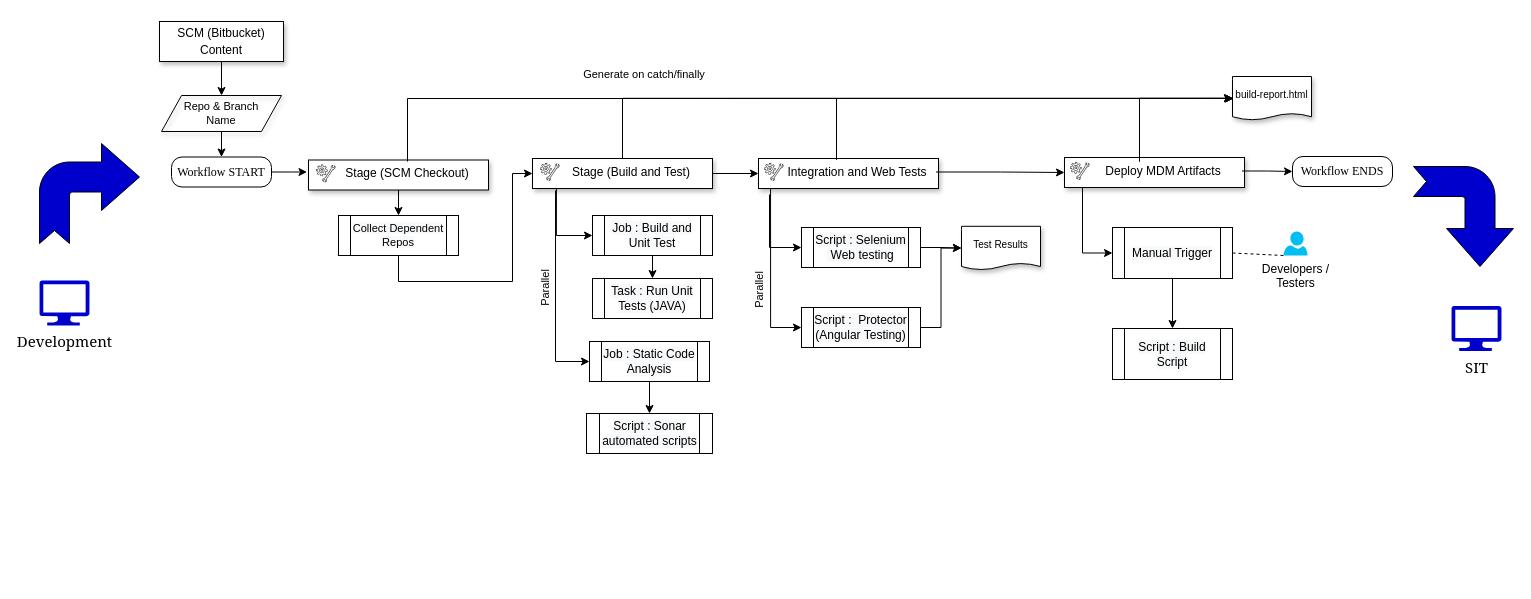
The draw.io diagram page "Jenkins pipeline(HTML)" (3 of 4) of EMA-RFP.drawio in biswarup81/drawings, before the edit. Source tidied: cells renumbered, new cells numbered last; positions are measured from the earlier drawing's top-left corner, leaving out a move shared by most shapes. Both pictures are drawn from the tidied source at 100%, with x=0, y=0 at pixel (39, 21).
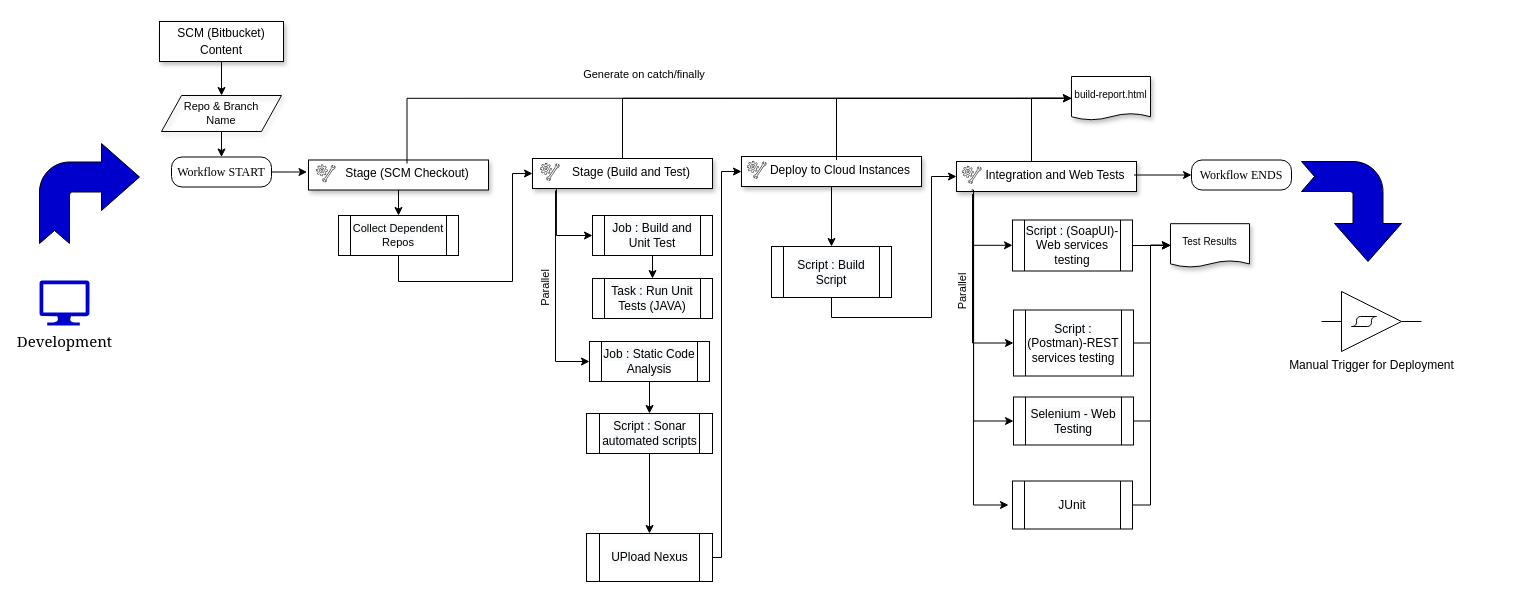
The same diagram, later.

Unchanged cells that the change refers to:
```xml
<mxCell id="9" value="&lt;font style=&quot;font-size: 12px&quot;&gt;Stage (SCM Checkout)&lt;/font&gt;" style="text;html=1;strokeColor=none;fillColor=none;align=center;verticalAlign=middle;whiteSpace=wrap;rounded=0;fontSize=10;" parent="8" vertex="1">
  <mxGeometry x="22" y="-1" width="138" height="20" as="geometry" />
</mxCell>
<mxCell id="14" value="&lt;p class=&quot;MsoNormal&quot; style=&quot;margin: 0cm ; line-height: 12.3pt ; font-size: 9pt ; font-family: &amp;#34;arial&amp;#34; , sans-serif&quot;&gt;&lt;br&gt;&lt;/p&gt;" style="rounded=0;whiteSpace=wrap;html=1;align=left;shadow=1;" parent="13" vertex="1">
  <mxGeometry width="180" height="30" as="geometry" />
</mxCell>
<mxCell id="28" value="&lt;span style=&quot;font-family: &amp;#34;arial&amp;#34; , sans-serif ; font-size: 12px ; background-color: rgb(248 , 249 , 250)&quot;&gt;Script : Sonar automated scripts&lt;/span&gt;" style="shape=process;whiteSpace=wrap;html=1;backgroundOutline=1;shadow=0;labelBackgroundColor=#ffffff;sketch=0;fontFamily=Garamond;fontSize=10;fillColor=none;align=center;" parent="1" vertex="1">
  <mxGeometry x="547" y="392" width="126" height="40" as="geometry" />
</mxCell>
<mxCell id="30" value="&lt;p class=&quot;MsoNormal&quot; style=&quot;margin: 0cm ; line-height: 12.3pt ; font-size: 9pt ; font-family: &amp;#34;arial&amp;#34; , sans-serif&quot;&gt;&lt;br&gt;&lt;/p&gt;" style="rounded=0;whiteSpace=wrap;html=1;align=left;shadow=1;" parent="29" vertex="1">
  <mxGeometry width="180" height="30" as="geometry" />
</mxCell>
<mxCell id="34" value="&lt;span style=&quot;font-family: &amp;#34;arial&amp;#34; , sans-serif ; font-size: 12px&quot;&gt;Integration and Web Tests&lt;/span&gt;" style="text;html=1;strokeColor=none;fillColor=none;align=center;verticalAlign=middle;whiteSpace=wrap;rounded=0;fontSize=10;" parent="33" vertex="1">
  <mxGeometry x="14" y="-1" width="158" height="20" as="geometry" />
</mxCell>
<mxCell id="45" value="&lt;p class=&quot;MsoNormal&quot; style=&quot;margin: 0cm ; line-height: 12.3pt ; font-size: 9pt ; font-family: &amp;#34;arial&amp;#34; , sans-serif&quot;&gt;&lt;br&gt;&lt;/p&gt;" style="rounded=0;whiteSpace=wrap;html=1;align=left;shadow=1;" parent="44" vertex="1">
  <mxGeometry width="180" height="30" as="geometry" />
</mxCell>
<mxCell id="48" style="group;" parent="46" vertex="1">
  <mxGeometry y="2" width="180" height="21" as="geometry" />
</mxCell>
```

The edit, as a diff of the source:
```diff
@@
+    <mxCell id="76" style="edgeStyle=orthogonalEdgeStyle;rounded=0;jettySize=auto;html=1;" parent="1" edge="1" source="28" target="79">
+      <mxGeometry relative="1" as="geometry" />
+    </mxCell>
@@
     <mxCell id="29" style="group;shadow=0;perimeterSpacing=0;sketch=0;" parent="1" vertex="1">
-      <mxGeometry x="719" y="137" width="187.5" height="30" as="geometry" />
+      <mxGeometry x="917" y="140" width="187.5" height="30" as="geometry" />
     </mxCell>
@@
-    <mxCell id="37" style="edgeStyle=orthogonalEdgeStyle;rounded=0;jettySize=auto;html=1;exitX=1;exitY=0.5;exitDx=0;exitDy=0;entryX=0;entryY=0.5;entryDx=0;entryDy=0;" parent="1" edge="1" source="38" target="43">
-      <mxGeometry relative="1" as="geometry" />
-    </mxCell>
-    <mxCell id="38" value="&lt;span style=&quot;font-family: &amp;#34;arial&amp;#34; , sans-serif ; font-size: 12px ; background-color: rgb(248 , 249 , 250)&quot;&gt;Script : Selenium &amp;nbsp;Web testing&lt;/span&gt;" style="shape=process;whiteSpace=wrap;html=1;backgroundOutline=1;shadow=0;labelBackgroundColor=#ffffff;sketch=0;fontFamily=Garamond;fontSize=10;fillColor=none;align=center;" parent="1" vertex="1">
-      <mxGeometry x="762" y="206" width="119" height="40" as="geometry" />
-    </mxCell>
-    <mxCell id="39" style="edgeStyle=orthogonalEdgeStyle;rounded=0;jettySize=auto;html=1;entryX=0;entryY=0.5;entryDx=0;entryDy=0;fontFamily=Garamond;fontSize=10;endArrow=classic;endFill=1;endSize=6;strokeWidth=1;exitX=0.128;exitY=1.133;exitDx=0;exitDy=0;exitPerimeter=0;" parent="1" edge="1" target="38">
-      <mxGeometry x="-64" y="-777" as="geometry">
-        <mxPoint x="730" y="173" as="sourcePoint" />
-        <Array as="points">
-          <mxPoint x="730" y="226" />
-        </Array>
-      </mxGeometry>
-    </mxCell>
-    <mxCell id="40" value="Parallel" style="text;html=1;strokeColor=none;fillColor=none;align=center;verticalAlign=middle;whiteSpace=wrap;rounded=0;shadow=1;labelBackgroundColor=#ffffff;sketch=0;fontFamily=Helvetica;fontSize=11;rotation=270;spacingTop=1;" parent="1" vertex="1">
-      <mxGeometry x="699" y="259" width="40" height="20" as="geometry" />
-    </mxCell>
-    <mxCell id="41" value="&lt;span style=&quot;font-family: &amp;#34;arial&amp;#34; , sans-serif ; font-size: 12px ; background-color: rgb(248 , 249 , 250)&quot;&gt;Script : &amp;nbsp;Protector (Angular Testing)&lt;/span&gt;" style="shape=process;whiteSpace=wrap;html=1;backgroundOutline=1;shadow=0;labelBackgroundColor=#ffffff;sketch=0;fontFamily=Garamond;fontSize=10;fillColor=none;align=center;" parent="1" vertex="1">
-      <mxGeometry x="762" y="286" width="119" height="40" as="geometry" />
-    </mxCell>
-    <mxCell id="42" style="edgeStyle=orthogonalEdgeStyle;rounded=0;jettySize=auto;html=1;exitX=0.067;exitY=1;exitDx=0;exitDy=0;entryX=0;entryY=0.5;entryDx=0;entryDy=0;fontFamily=Helvetica;fontSize=11;endArrow=classic;endFill=1;endSize=6;strokeWidth=1;exitPerimeter=0;" parent="1" edge="1" source="30" target="41">
-      <mxGeometry x="-64" y="-777" as="geometry" />
-    </mxCell>
-    <mxCell id="43" value="&lt;font&gt;Test Results&lt;/font&gt;" style="shape=document;whiteSpace=wrap;html=1;boundedLbl=1;shadow=1;fontFamily=Helvetica;fontSize=10;labelBackgroundColor=#ffffff;sketch=0;size=0.1509433962264151;" parent="1" vertex="1">
-      <mxGeometry x="922" y="204.8" width="79" height="43.5" as="geometry" />
-    </mxCell>
     <mxCell id="44" style="group;shadow=0;perimeterSpacing=0;sketch=0;" parent="1" vertex="1">
-      <mxGeometry x="1025" y="136" width="187.5" height="30" as="geometry" />
+      <mxGeometry x="702" y="135" width="187.5" height="30" as="geometry" />
     </mxCell>
@@
-    <mxCell id="49" value="&lt;span style=&quot;font-family: &amp;#34;arial&amp;#34; , sans-serif ; font-size: 12px&quot;&gt;Deploy MDM Artifacts&lt;/span&gt;" style="text;html=1;strokeColor=none;fillColor=none;align=center;verticalAlign=middle;whiteSpace=wrap;rounded=0;fontSize=10;" parent="48" vertex="1">
+    <mxCell id="49" value="&lt;span style=&quot;font-family: &amp;#34;arial&amp;#34; , sans-serif ; font-size: 12px&quot;&gt;Deploy&amp;nbsp;to Cloud Instances&lt;/span&gt;" style="text;html=1;strokeColor=none;fillColor=none;align=center;verticalAlign=middle;whiteSpace=wrap;rounded=0;fontSize=10;" parent="48" vertex="1">
       <mxGeometry x="14" y="-1" width="158" height="20" as="geometry" />
     </mxCell>
@@
-    <mxCell id="51" style="edgeStyle=orthogonalEdgeStyle;rounded=0;jettySize=auto;html=1;" parent="1" edge="1" source="52" target="72">
+    <mxCell id="51" style="edgeStyle=orthogonalEdgeStyle;rounded=0;jettySize=auto;html=1;exitX=0.5;exitY=1;exitDx=0;exitDy=0;" parent="1" edge="1" source="45" target="72">
       <mxGeometry relative="1" as="geometry" />
     </mxCell>
-    <mxCell id="52" value="&lt;span style=&quot;font-family: &amp;#34;arial&amp;#34; , sans-serif ; font-size: 12px ; background-color: rgb(248 , 249 , 250)&quot;&gt;Manual Trigger&lt;/span&gt;" style="shape=process;whiteSpace=wrap;html=1;backgroundOutline=1;shadow=0;labelBackgroundColor=#ffffff;sketch=0;fontFamily=Garamond;fontSize=10;fillColor=none;align=center;" parent="1" vertex="1">
-      <mxGeometry x="1073" y="206" width="120" height="51" as="geometry" />
-    </mxCell>
-    <mxCell id="53" style="edgeStyle=orthogonalEdgeStyle;rounded=0;jettySize=auto;html=1;exitX=0.1;exitY=1;exitDx=0;exitDy=0;entryX=0;entryY=0.5;entryDx=0;entryDy=0;fontFamily=Helvetica;fontSize=11;endArrow=classic;endFill=1;endSize=6;strokeWidth=1;exitPerimeter=0;" parent="1" edge="1" source="45" target="52">
-      <mxGeometry x="-64" y="-777" as="geometry" />
-    </mxCell>
-    <mxCell id="54" style="edgeStyle=orthogonalEdgeStyle;rounded=0;jettySize=auto;html=1;entryX=0;entryY=0.5;entryDx=0;entryDy=0;fontFamily=Helvetica;fontSize=11;endArrow=classic;endFill=1;endSize=6;strokeWidth=1;" parent="1" edge="1" source="14" target="30">
-      <mxGeometry x="-64" y="-777" as="geometry" />
-    </mxCell>
-    <mxCell id="55" style="edgeStyle=orthogonalEdgeStyle;rounded=0;jettySize=auto;html=1;entryX=0;entryY=0.5;entryDx=0;entryDy=0;fontFamily=Helvetica;fontSize=11;endArrow=classic;endFill=1;endSize=6;strokeWidth=1;" parent="1" edge="1" source="34" target="45">
-      <mxGeometry x="-64" y="-777" as="geometry" />
-    </mxCell>
     <mxCell id="56" value="Workflow ENDS" style="rounded=1;whiteSpace=wrap;html=1;labelBackgroundColor=#ffffff;fontFamily=Garamond;fontSize=12;fillColor=none;align=center;arcSize=35;" parent="1" vertex="1">
-      <mxGeometry x="1253" y="135" width="100" height="30" as="geometry" />
+      <mxGeometry x="1152" y="138.5" width="100" height="30" as="geometry" />
     </mxCell>
-    <mxCell id="57" style="edgeStyle=orthogonalEdgeStyle;rounded=0;jettySize=auto;html=1;fontFamily=Helvetica;fontSize=11;endArrow=classic;endFill=1;endSize=6;strokeWidth=1;" parent="1" edge="1" source="49" target="56">
-      <mxGeometry x="-64" y="-777" as="geometry" />
-    </mxCell>
-    <mxCell id="58" value="build-report.html" style="shape=document;whiteSpace=wrap;html=1;boundedLbl=1;shadow=1;fontFamily=Helvetica;fontSize=10;labelBackgroundColor=#ffffff;sketch=0;size=0.1509433962264151;" parent="1" vertex="1">
-      <mxGeometry x="1193" y="55" width="79" height="43.5" as="geometry" />
-    </mxCell>
-    <mxCell id="59" style="edgeStyle=orthogonalEdgeStyle;rounded=0;orthogonalLoop=1;jettySize=auto;html=1;fontFamily=Helvetica;fontSize=11;endArrow=classic;endFill=1;endSize=6;strokeWidth=1;" parent="1" edge="1">
-      <mxGeometry x="-64" y="-777" as="geometry">
-        <mxPoint x="368" y="140" as="sourcePoint" />
-        <mxPoint x="1194" y="77" as="targetPoint" />
-        <Array as="points">
-          <mxPoint x="368" y="77" />
-        </Array>
-      </mxGeometry>
-    </mxCell>
@@
-    <mxCell id="61" style="edgeStyle=orthogonalEdgeStyle;rounded=0;orthogonalLoop=1;jettySize=auto;html=1;fontFamily=Helvetica;fontSize=11;endArrow=classic;endFill=1;endSize=6;strokeWidth=1;" parent="1" edge="1">
-      <mxGeometry x="-64" y="-777" as="geometry">
-        <mxPoint x="797" y="138.5" as="sourcePoint" />
-        <mxPoint x="1194" y="77" as="targetPoint" />
-        <Array as="points">
-          <mxPoint x="797" y="77" />
-        </Array>
-      </mxGeometry>
-    </mxCell>
@@
-    <mxCell id="68" value="SIT" style="verticalLabelPosition=bottom;html=1;verticalAlign=top;align=center;strokeColor=none;shape=mxgraph.azure.computer;labelBackgroundColor=#ffffff;fontFamily=Georgia;fontSize=15;fillColor=#0000CC;" parent="1" vertex="1">
-      <mxGeometry x="1412" y="284.5" width="50" height="45" as="geometry" />
-    </mxCell>
     <mxCell id="69" style="html=1;shadow=0;dashed=0;align=center;verticalAlign=middle;shape=mxgraph.arrows2.bendArrow;dy=15;dx=38;notch=13;arrowHead=67;rounded=1;labelBackgroundColor=#ffffff;sketch=0;fontFamily=Helvetica;fontSize=11;fillColor=#0000CC;direction=south;" parent="1" vertex="1">
-      <mxGeometry x="1374" y="145" width="100" height="100" as="geometry" />
+      <mxGeometry x="1262" y="140" width="100" height="100" as="geometry" />
     </mxCell>
@@
     <mxCell id="71" style="edgeStyle=orthogonalEdgeStyle;rounded=0;jettySize=auto;html=1;entryX=0;entryY=0.5;entryDx=0;entryDy=0;fontFamily=Helvetica;fontSize=11;endArrow=classic;endFill=1;endSize=6;strokeWidth=1;" parent="1" edge="1" target="58">
       <mxGeometry relative="1" as="geometry">
-        <mxPoint x="1100" y="135" as="sourcePoint" />
+        <mxPoint x="992" y="140" as="sourcePoint" />
         <Array as="points">
-          <mxPoint x="1100" y="140" />
-          <mxPoint x="1100" y="77" />
+          <mxPoint x="992" y="77" />
         </Array>
       </mxGeometry>
     </mxCell>
+    <mxCell id="77" style="edgeStyle=orthogonalEdgeStyle;rounded=0;jettySize=auto;html=1;exitX=0.5;exitY=1;exitDx=0;exitDy=0;entryX=0;entryY=0.5;entryDx=0;entryDy=0;" parent="1" edge="1" source="72" target="30">
+      <mxGeometry relative="1" as="geometry">
+        <Array as="points">
+          <mxPoint x="792" y="296" />
+          <mxPoint x="892" y="296" />
+          <mxPoint x="892" y="155" />
+        </Array>
+      </mxGeometry>
+    </mxCell>
     <mxCell id="72" value="&lt;span style=&quot;font-family: &amp;#34;arial&amp;#34; , sans-serif ; font-size: 12px ; background-color: rgb(248 , 249 , 250)&quot;&gt;Script : Build Script&lt;/span&gt;" style="shape=process;whiteSpace=wrap;html=1;backgroundOutline=1;shadow=0;labelBackgroundColor=#ffffff;sketch=0;fontFamily=Garamond;fontSize=10;fillColor=none;align=center;" parent="1" vertex="1">
-      <mxGeometry x="1073" y="307" width="120" height="51" as="geometry" />
+      <mxGeometry x="732" y="225" width="120" height="51" as="geometry" />
     </mxCell>
-    <mxCell id="73" value="Developers / &lt;br&gt;Testers" style="verticalLabelPosition=bottom;html=1;verticalAlign=top;align=center;strokeColor=none;fillColor=#00BEF2;shape=mxgraph.azure.user;" parent="1" vertex="1">
-      <mxGeometry x="1244" y="210" width="24" height="24" as="geometry" />
-    </mxCell>
-    <mxCell id="74" style="endArrow=none;dashed=1;html=1;exitX=1;exitY=0.5;exitDx=0;exitDy=0;entryX=0;entryY=1;entryDx=0;entryDy=0;entryPerimeter=0;" parent="1" edge="1" source="52" target="73">
-      <mxGeometry relative="1" as="geometry" />
-    </mxCell>
-    <mxCell id="75" style="edgeStyle=orthogonalEdgeStyle;rounded=0;jettySize=auto;html=1;exitX=1;exitY=0.5;exitDx=0;exitDy=0;entryX=0;entryY=0.5;entryDx=0;entryDy=0;fontFamily=Helvetica;fontSize=11;endArrow=classic;endFill=1;endSize=6;strokeWidth=1;" parent="1" edge="1" source="41" target="43">
-      <mxGeometry x="-54" y="-767" as="geometry" />
-    </mxCell>
+    <mxCell id="78" style="edgeStyle=orthogonalEdgeStyle;rounded=0;jettySize=auto;html=1;entryX=0;entryY=0.5;entryDx=0;entryDy=0;" parent="1" edge="1" source="79" target="45">
+      <mxGeometry relative="1" as="geometry">
+        <Array as="points">
+          <mxPoint x="682" y="536" />
+          <mxPoint x="682" y="150" />
+        </Array>
+      </mxGeometry>
+    </mxCell>
+    <mxCell id="79" value="&lt;span style=&quot;font-family: &amp;#34;arial&amp;#34; , sans-serif ; font-size: 12px ; background-color: rgb(248 , 249 , 250)&quot;&gt;UPload Nexus&lt;/span&gt;" style="shape=process;whiteSpace=wrap;html=1;backgroundOutline=1;shadow=0;labelBackgroundColor=#ffffff;sketch=0;fontFamily=Garamond;fontSize=10;fillColor=none;align=center;" parent="1" vertex="1">
+      <mxGeometry x="547" y="512" width="126" height="48" as="geometry" />
+    </mxCell>
+    <mxCell id="80" style="edgeStyle=orthogonalEdgeStyle;rounded=0;jettySize=auto;html=1;exitX=1;exitY=0.5;exitDx=0;exitDy=0;entryX=0;entryY=0.5;entryDx=0;entryDy=0;" parent="1" edge="1" source="81">
+      <mxGeometry relative="1" as="geometry">
+        <mxPoint x="1131" y="223.8" as="targetPoint" />
+      </mxGeometry>
+    </mxCell>
+    <mxCell id="81" value="&lt;span style=&quot;font-family: &amp;#34;arial&amp;#34; , sans-serif ; font-size: 12px ; background-color: rgb(248 , 249 , 250)&quot;&gt;Script : (&lt;/span&gt;&lt;span style=&quot;font-family: &amp;#34;arial&amp;#34; , sans-serif ; font-size: 9pt ; text-indent: -18pt&quot;&gt;SoapUI)- Web services testing&lt;/span&gt;" style="shape=process;whiteSpace=wrap;html=1;backgroundOutline=1;shadow=0;labelBackgroundColor=#ffffff;sketch=0;fontFamily=Garamond;fontSize=10;fillColor=none;align=center;" parent="1" vertex="1">
+      <mxGeometry x="973" y="198.5" width="120" height="51" as="geometry" />
+    </mxCell>
+    <mxCell id="82" style="edgeStyle=orthogonalEdgeStyle;rounded=0;jettySize=auto;html=1;entryX=0;entryY=0.5;entryDx=0;entryDy=0;" parent="1" edge="1" source="83">
+      <mxGeometry relative="1" as="geometry">
+        <mxPoint x="1131" y="223.8" as="targetPoint" />
+        <Array as="points">
+          <mxPoint x="1111" y="321.5" />
+          <mxPoint x="1111" y="223.5" />
+        </Array>
+      </mxGeometry>
+    </mxCell>
+    <mxCell id="83" value="&lt;span style=&quot;font-family: &amp;#34;arial&amp;#34; , sans-serif ; font-size: 12px ; background-color: rgb(248 , 249 , 250)&quot;&gt;Script : (&lt;/span&gt;&lt;span style=&quot;font-family: &amp;#34;arial&amp;#34; , sans-serif ; font-size: 9pt&quot;&gt;Postman)-&lt;/span&gt;&lt;span style=&quot;font-family: &amp;#34;arial&amp;#34; , sans-serif ; font-size: 9pt&quot;&gt;REST services testing&lt;/span&gt;" style="shape=process;whiteSpace=wrap;html=1;backgroundOutline=1;shadow=0;labelBackgroundColor=#ffffff;sketch=0;fontFamily=Garamond;fontSize=10;fillColor=none;align=center;" parent="1" vertex="1">
+      <mxGeometry x="974" y="288.5" width="120" height="66" as="geometry" />
+    </mxCell>
+    <mxCell id="84" style="edgeStyle=orthogonalEdgeStyle;rounded=0;orthogonalLoop=1;jettySize=auto;html=1;entryX=0;entryY=0.75;entryDx=0;entryDy=0;fontFamily=Garamond;fontSize=10;endArrow=classic;endFill=1;endSize=6;strokeWidth=1;" parent="1" edge="1">
+      <mxGeometry x="139" y="-788.5" as="geometry">
+        <mxPoint x="934" y="173.5" as="sourcePoint" />
+        <mxPoint x="973" y="223.8" as="targetPoint" />
+        <Array as="points">
+          <mxPoint x="934" y="223.5" />
+        </Array>
+      </mxGeometry>
+    </mxCell>
+    <mxCell id="85" style="edgeStyle=orthogonalEdgeStyle;rounded=0;jettySize=auto;html=1;entryX=0;entryY=0.5;entryDx=0;entryDy=0;fontFamily=Garamond;fontSize=10;endArrow=classic;endFill=1;endSize=6;strokeWidth=1;exitX=0.128;exitY=1.067;exitDx=0;exitDy=0;exitPerimeter=0;" parent="1" edge="1" target="83">
+      <mxGeometry x="139" y="-775.5" as="geometry">
+        <mxPoint x="933" y="172.5" as="sourcePoint" />
+        <Array as="points">
+          <mxPoint x="933" y="321.5" />
+        </Array>
+      </mxGeometry>
+    </mxCell>
+    <mxCell id="40" value="Parallel" style="text;html=1;strokeColor=none;fillColor=none;align=center;verticalAlign=middle;whiteSpace=wrap;rounded=0;shadow=1;labelBackgroundColor=#ffffff;sketch=0;fontFamily=Helvetica;fontSize=11;rotation=270;spacingTop=1;" parent="1" vertex="1">
+      <mxGeometry x="902" y="260.5" width="40" height="20" as="geometry" />
+    </mxCell>
+    <mxCell id="43" value="&lt;font&gt;Test Results&lt;/font&gt;" style="shape=document;whiteSpace=wrap;html=1;boundedLbl=1;shadow=1;fontFamily=Helvetica;fontSize=10;labelBackgroundColor=#ffffff;sketch=0;size=0.1509433962264151;" parent="1" vertex="1">
+      <mxGeometry x="1131" y="202.2" width="79" height="43.5" as="geometry" />
+    </mxCell>
+    <mxCell id="86" style="edgeStyle=orthogonalEdgeStyle;rounded=0;jettySize=auto;html=1;exitX=1;exitY=0.5;exitDx=0;exitDy=0;entryX=0;entryY=0.5;entryDx=0;entryDy=0;" parent="1" edge="1" source="87">
+      <mxGeometry relative="1" as="geometry">
+        <mxPoint x="1131" y="223.8" as="targetPoint" />
+        <Array as="points">
+          <mxPoint x="1111" y="399.5" />
+          <mxPoint x="1111" y="223.5" />
+        </Array>
+      </mxGeometry>
+    </mxCell>
+    <mxCell id="87" value="&lt;font face=&quot;arial, sans-serif&quot;&gt;&lt;span style=&quot;font-size: 12px ; background-color: rgb(248 , 249 , 250)&quot;&gt;Selenium - Web Testing&lt;/span&gt;&lt;/font&gt;" style="shape=process;whiteSpace=wrap;html=1;backgroundOutline=1;shadow=0;labelBackgroundColor=#ffffff;sketch=0;fontFamily=Garamond;fontSize=10;fillColor=none;align=center;" parent="1" vertex="1">
+      <mxGeometry x="974" y="375.5" width="120" height="48" as="geometry" />
+    </mxCell>
+    <mxCell id="88" style="edgeStyle=orthogonalEdgeStyle;rounded=0;jettySize=auto;html=1;exitX=1;exitY=0.5;exitDx=0;exitDy=0;entryX=0;entryY=0.5;entryDx=0;entryDy=0;" parent="1" edge="1" source="89">
+      <mxGeometry relative="1" as="geometry">
+        <mxPoint x="1131" y="223.8" as="targetPoint" />
+        <Array as="points">
+          <mxPoint x="1111" y="483.5" />
+          <mxPoint x="1111" y="223.5" />
+        </Array>
+      </mxGeometry>
+    </mxCell>
+    <mxCell id="89" value="&lt;font face=&quot;arial, sans-serif&quot;&gt;&lt;span style=&quot;font-size: 12px&quot;&gt;JUnit&lt;/span&gt;&lt;/font&gt;" style="shape=process;whiteSpace=wrap;html=1;backgroundOutline=1;shadow=0;labelBackgroundColor=#ffffff;sketch=0;fontFamily=Garamond;fontSize=10;fillColor=none;align=center;" parent="1" vertex="1">
+      <mxGeometry x="973" y="459.5" width="120" height="48" as="geometry" />
+    </mxCell>
+    <mxCell id="90" style="edgeStyle=orthogonalEdgeStyle;rounded=0;jettySize=auto;html=1;entryX=0;entryY=0.5;entryDx=0;entryDy=0;fontFamily=Garamond;fontSize=10;endArrow=classic;endFill=1;endSize=6;strokeWidth=1;exitX=0.067;exitY=1.067;exitDx=0;exitDy=0;exitPerimeter=0;" parent="1" edge="1" target="87">
+      <mxGeometry x="151" y="-763.5" as="geometry">
+        <mxPoint x="934.1" y="170.5" as="sourcePoint" />
+        <Array as="points">
+          <mxPoint x="934" y="399.5" />
+        </Array>
+      </mxGeometry>
+    </mxCell>
+    <mxCell id="91" style="edgeStyle=orthogonalEdgeStyle;rounded=0;orthogonalLoop=1;jettySize=auto;html=1;entryX=0;entryY=0.5;entryDx=0;entryDy=0;fontFamily=Garamond;fontSize=10;endArrow=classic;endFill=1;endSize=6;strokeWidth=1;exitX=0.056;exitY=1;exitDx=0;exitDy=0;exitPerimeter=0;" parent="1" edge="1">
+      <mxGeometry x="159" y="-751.5" as="geometry">
+        <mxPoint x="932.1" y="168.5" as="sourcePoint" />
+        <mxPoint x="969" y="483.5" as="targetPoint" />
+        <Array as="points">
+          <mxPoint x="934" y="168.5" />
+          <mxPoint x="934" y="483.5" />
+        </Array>
+      </mxGeometry>
+    </mxCell>
+    <mxCell id="58" value="build-report.html" style="shape=document;whiteSpace=wrap;html=1;boundedLbl=1;shadow=1;fontFamily=Helvetica;fontSize=10;labelBackgroundColor=#ffffff;sketch=0;size=0.1509433962264151;" parent="1" vertex="1">
+      <mxGeometry x="1032" y="55" width="79" height="43.5" as="geometry" />
+    </mxCell>
+    <mxCell id="92" style="edgeStyle=orthogonalEdgeStyle;rounded=0;jettySize=auto;html=1;fontFamily=Helvetica;fontSize=11;endArrow=none;endFill=1;endSize=6;strokeWidth=1;" parent="1" edge="1" target="58">
+      <mxGeometry x="-64" y="-777" as="geometry">
+        <mxPoint x="797" y="138.5" as="sourcePoint" />
+        <Array as="points">
+          <mxPoint x="797" y="77" />
+        </Array>
+      </mxGeometry>
+    </mxCell>
+    <mxCell id="93" style="edgeStyle=orthogonalEdgeStyle;rounded=0;jettySize=auto;html=1;" parent="1" edge="1" source="34" target="56">
+      <mxGeometry relative="1" as="geometry" />
+    </mxCell>
+    <mxCell id="94" style="edgeStyle=orthogonalEdgeStyle;rounded=0;jettySize=auto;html=1;entryX=0;entryY=0.5;entryDx=0;entryDy=0;" parent="1" edge="1" source="9" target="58">
+      <mxGeometry relative="1" as="geometry">
+        <Array as="points">
+          <mxPoint x="368" y="77" />
+        </Array>
+      </mxGeometry>
+    </mxCell>
+    <mxCell id="95" value="Manual Trigger for Deployment" style="verticalLabelPosition=bottom;shadow=0;dashed=0;align=center;html=1;verticalAlign=top;shape=mxgraph.electrical.logic_gates.schmitt_trigger;direction=east;" parent="1" vertex="1">
+      <mxGeometry x="1282" y="270" width="100" height="60" as="geometry" />
+    </mxCell>
```
